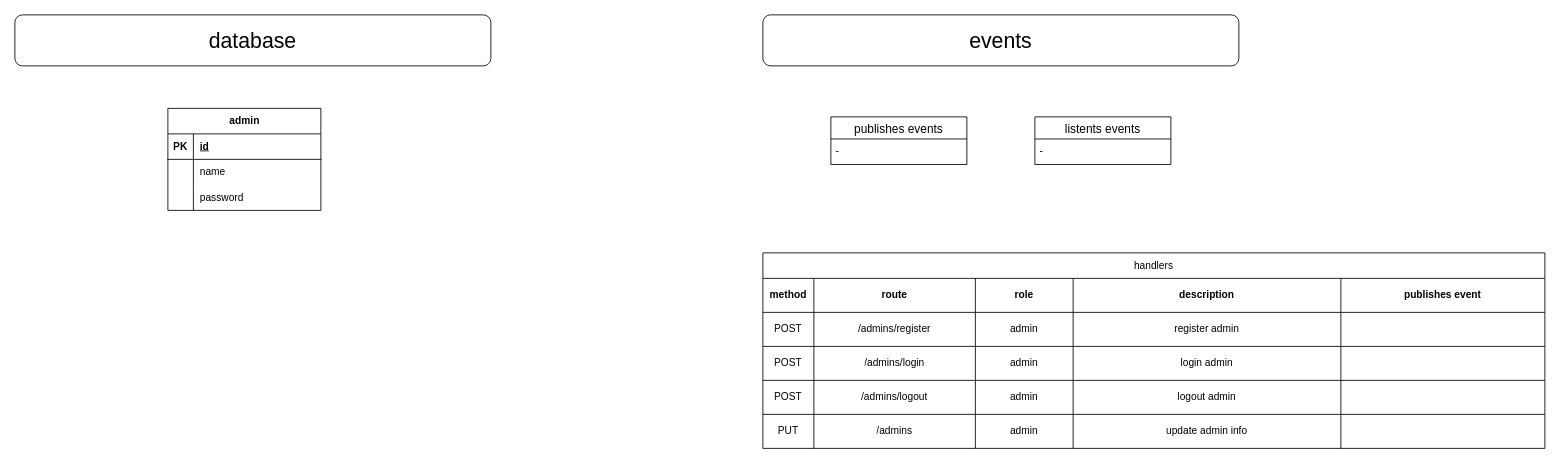
Earlier version of the draw.io diagram page "admin" (4 of 11) of app.drawio (ernurQ/eat-web-diagrams). Source tidied: cells renumbered, new cells numbered last; positions are measured from the earlier drawing's top-left corner, leaving out a move shared by most shapes. Both pictures are drawn from the tidied source at 85%, with x=0, y=0 at pixel (14, 14).
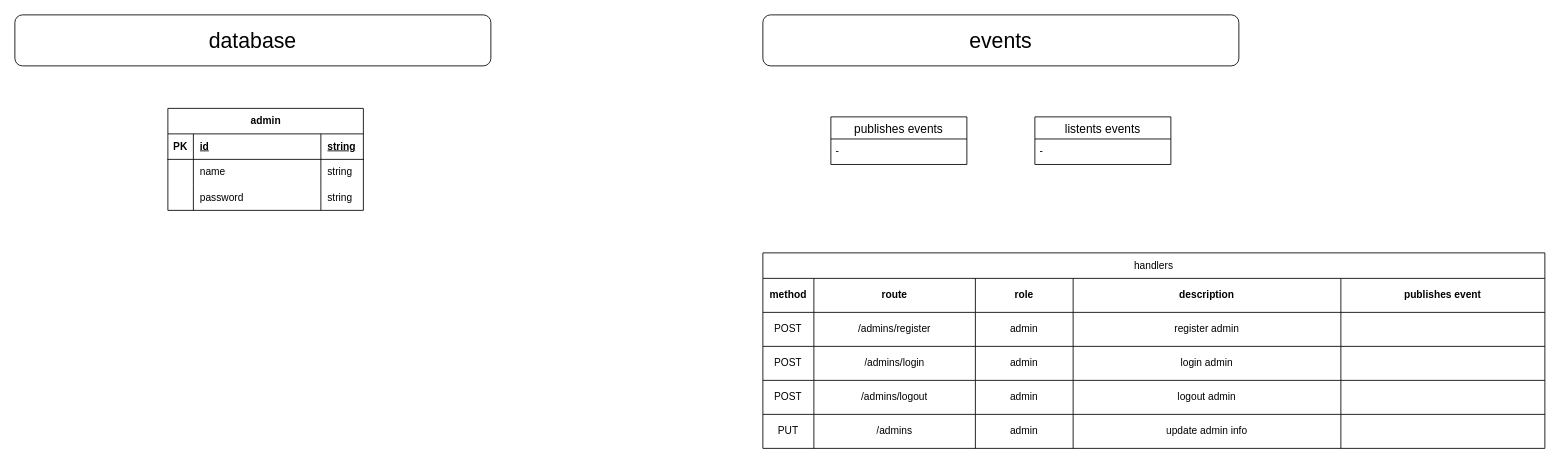
After the change.

Change to the diagram source:
```diff
@@
     <mxCell id="2" value="admin" style="shape=table;startSize=30;childLayout=tableLayout;rowLines=0;fontStyle=1;align=center;html=1;" parent="1" vertex="1">
-      <mxGeometry x="180" y="110" width="180" height="120" as="geometry" />
+      <mxGeometry x="180" y="110" width="230" height="120" as="geometry" />
     </mxCell>
     <mxCell id="3" style="shape=tableRow;horizontal=0;startSize=0;swimlaneHead=0;swimlaneBody=0;fillColor=none;top=0;left=0;right=0;bottom=1;" parent="2" vertex="1">
-      <mxGeometry y="30" width="180" height="30" as="geometry" />
+      <mxGeometry y="30" width="230" height="30" as="geometry" />
     </mxCell>
@@
+    <mxCell id="49" value="string" style="shape=partialRectangle;fillColor=none;top=0;left=0;bottom=0;right=0;align=left;spacingLeft=6;fontStyle=5;overflow=hidden;whiteSpace=wrap;html=1;" parent="3" vertex="1">
+      <mxGeometry x="180" width="50" height="30" as="geometry" />
+    </mxCell>
     <mxCell id="6" style="shape=tableRow;horizontal=0;startSize=0;swimlaneHead=0;swimlaneBody=0;fillColor=none;top=0;left=0;right=0;bottom=0;" parent="2" vertex="1">
-      <mxGeometry y="60" width="180" height="30" as="geometry" />
+      <mxGeometry y="60" width="230" height="30" as="geometry" />
     </mxCell>
@@
+    <mxCell id="50" value="string" style="shape=partialRectangle;fillColor=none;top=0;left=0;bottom=0;right=0;align=left;spacingLeft=6;overflow=hidden;whiteSpace=wrap;html=1;" parent="6" vertex="1">
+      <mxGeometry x="180" width="50" height="30" as="geometry" />
+    </mxCell>
     <mxCell id="9" style="shape=tableRow;horizontal=0;startSize=0;swimlaneHead=0;swimlaneBody=0;fillColor=none;top=0;left=0;right=0;bottom=0;" parent="2" vertex="1">
-      <mxGeometry y="90" width="180" height="30" as="geometry" />
+      <mxGeometry y="90" width="230" height="30" as="geometry" />
     </mxCell>
@@
+    <mxCell id="51" value="string" style="shape=partialRectangle;fillColor=none;top=0;left=0;bottom=0;right=0;align=left;spacingLeft=6;overflow=hidden;whiteSpace=wrap;html=1;" parent="9" vertex="1">
+      <mxGeometry x="180" width="50" height="30" as="geometry" />
+    </mxCell>
```
